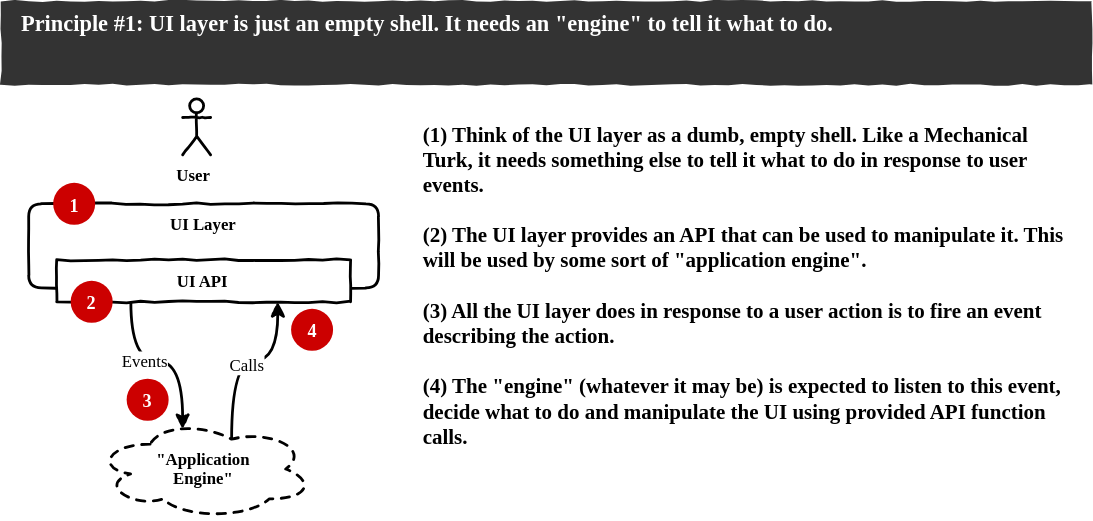
Before: Transmission-FE1.svg, a diagram exported from draw.io (hliyan/transmission). Source tidied: cells renumbered, new cells last; positions are measured from the earlier drawing's top-left corner, leaving out a move shared by most shapes.
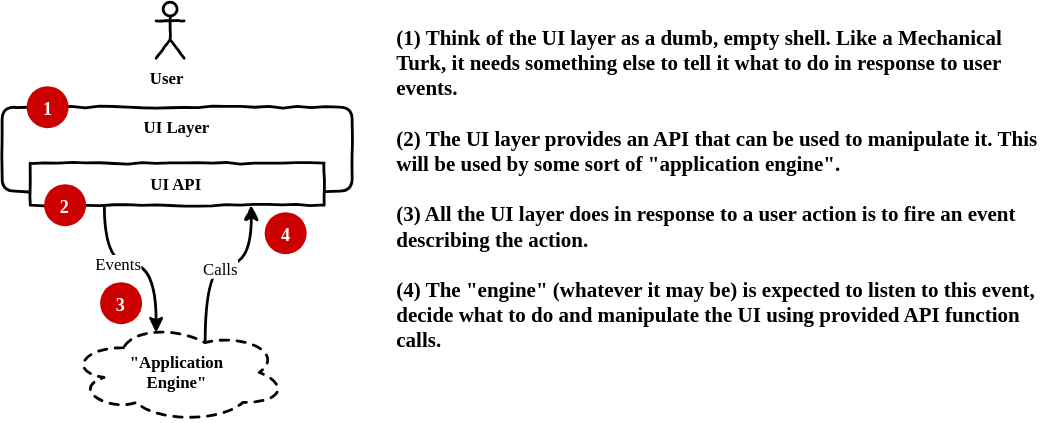
After the commit.

Change to the diagram source:
```diff
@@ -41,8 +41,5 @@
     <mxCell id="14" value="4" style="ellipse;whiteSpace=wrap;html=1;comic=1;strokeWidth=2;fontFamily=Comic Sans MS;align=center;labelBackgroundColor=none;fillColor=#CC0000;fontSize=13;fontColor=#FFFFFF;strokeColor=none;fontStyle=1;" parent="1" vertex="1">
       <mxGeometry x="207.5" y="220" width="30" height="30" as="geometry" />
     </mxCell>
-    <mxCell id="15" value="Principle #1: UI layer is just an empty shell. It needs an &quot;engine&quot; to tell it what to do." style="text;html=1;strokeColor=none;fillColor=#333333;align=left;verticalAlign=top;whiteSpace=wrap;rounded=0;comic=1;fontFamily=Comic Sans MS;fontStyle=1;fontSize=16;fontColor=#FFFFFF;spacingLeft=13;spacingRight=12;spacingBottom=0;spacingTop=0;" parent="1" vertex="1">
-      <mxGeometry width="780" height="60" as="geometry" />
-    </mxCell>
   </root>
 </mxGraphModel>
```
